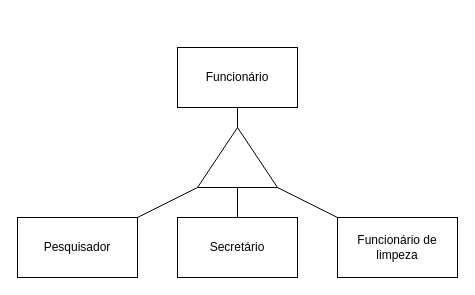
Above: Lista4_18-04/Ex2.drawio in andreeeeeeeee/Engenharia_Software (draw.io), before the change. Source tidied: cells renumbered, new cells numbered last; positions are measured from the earlier drawing's top-left corner, leaving out a move shared by most shapes. Both pictures are drawn from the tidied source at 100%, with x=0, y=0 at pixel (17, 47).
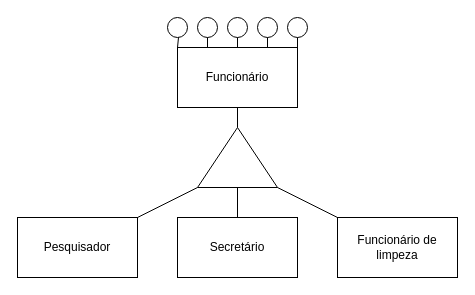
The same diagram, later.

Unchanged cells that the change refers to:
```xml
<mxCell id="2" value="Funcionário" style="rounded=0;whiteSpace=wrap;html=1;" parent="1" vertex="1">
  <mxGeometry x="160" width="120" height="60" as="geometry" />
</mxCell>
```

What changed in the source:
```diff
@@
+    <mxCell id="11" style="ellipse;whiteSpace=wrap;html=1;" parent="1" vertex="1">
+      <mxGeometry x="150" y="-30" width="20" height="20" as="geometry" />
+    </mxCell>
+    <mxCell id="12" style="ellipse;whiteSpace=wrap;html=1;" parent="1" vertex="1">
+      <mxGeometry x="270" y="-30" width="20" height="20" as="geometry" />
+    </mxCell>
+    <mxCell id="13" style="ellipse;whiteSpace=wrap;html=1;" parent="1" vertex="1">
+      <mxGeometry x="210" y="-30" width="20" height="20" as="geometry" />
+    </mxCell>
+    <mxCell id="14" style="ellipse;whiteSpace=wrap;html=1;" parent="1" vertex="1">
+      <mxGeometry x="180" y="-30" width="20" height="20" as="geometry" />
+    </mxCell>
+    <mxCell id="15" style="ellipse;whiteSpace=wrap;html=1;" parent="1" vertex="1">
+      <mxGeometry x="240" y="-30" width="20" height="20" as="geometry" />
+    </mxCell>
+    <mxCell id="16" style="endArrow=none;html=1;rounded=0;exitX=0;exitY=0;exitDx=0;exitDy=0;" parent="1" edge="1" source="2" target="11">
+      <mxGeometry relative="1" as="geometry" />
+    </mxCell>
+    <mxCell id="17" style="endArrow=none;html=1;rounded=0;exitX=0.25;exitY=0;exitDx=0;exitDy=0;" parent="1" edge="1" source="2" target="14">
+      <mxGeometry relative="1" as="geometry" />
+    </mxCell>
+    <mxCell id="18" style="endArrow=none;html=1;rounded=0;entryX=1;entryY=0;entryDx=0;entryDy=0;" parent="1" edge="1" source="12" target="2">
+      <mxGeometry relative="1" as="geometry" />
+    </mxCell>
+    <mxCell id="19" style="endArrow=none;html=1;rounded=0;exitX=0.75;exitY=0;exitDx=0;exitDy=0;" parent="1" edge="1" source="2" target="15">
+      <mxGeometry relative="1" as="geometry" />
+    </mxCell>
+    <mxCell id="20" style="endArrow=none;html=1;rounded=0;" parent="1" edge="1" source="2" target="13">
+      <mxGeometry relative="1" as="geometry" />
+    </mxCell>
```
